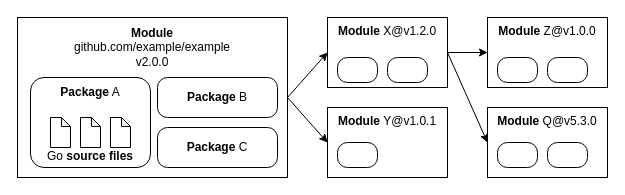
jlauinger/master-of-science keeps this draw.io diagram as thesis/assets/figures/chapter2/dependency-model.drawio. Above is the earlier version. Source tidied: cells renumbered, new cells numbered last; positions are measured from the earlier drawing's top-left corner, leaving out a move shared by most shapes. Both pictures are drawn from the tidied source at 100%, with x=0, y=0 at pixel (17, 17).
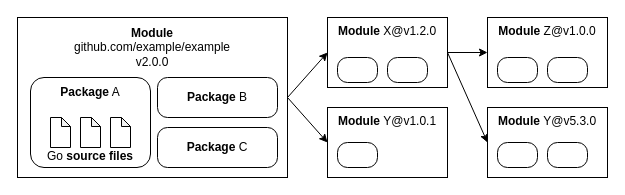
The same diagram, later.

The edit, as a diff of the source:
```diff
@@
-    <mxCell id="19" value="&lt;b&gt;Module&lt;/b&gt;&amp;nbsp;Q@v5.3.0" style="rounded=0;whiteSpace=wrap;html=1;verticalAlign=top;" parent="1" vertex="1">
+    <mxCell id="19" value="&lt;b&gt;Module&lt;/b&gt;&amp;nbsp;Y@v5.3.0" style="rounded=0;whiteSpace=wrap;html=1;verticalAlign=top;" parent="1" vertex="1">
       <mxGeometry x="470" y="90" width="120" height="70" as="geometry" />
     </mxCell>
```
